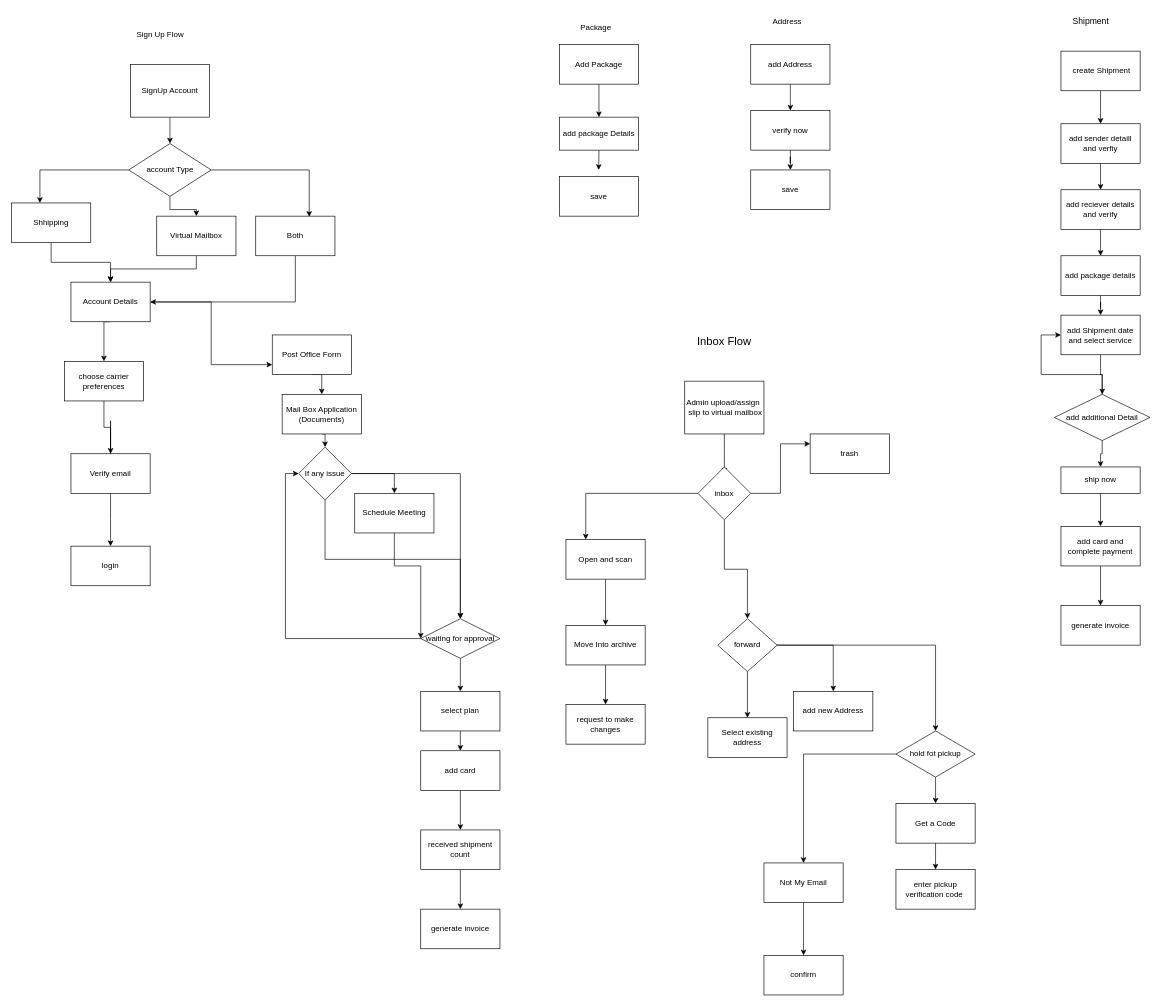
The draw.io diagram public/ship District.drawio in sharmag44/card-form, before the edit. Source tidied: cells renumbered, new cells numbered last; positions are measured from the earlier drawing's top-left corner, leaving out a move shared by most shapes. Both pictures are drawn from the tidied source at 66%, with x=0, y=0 at pixel (11, 11).
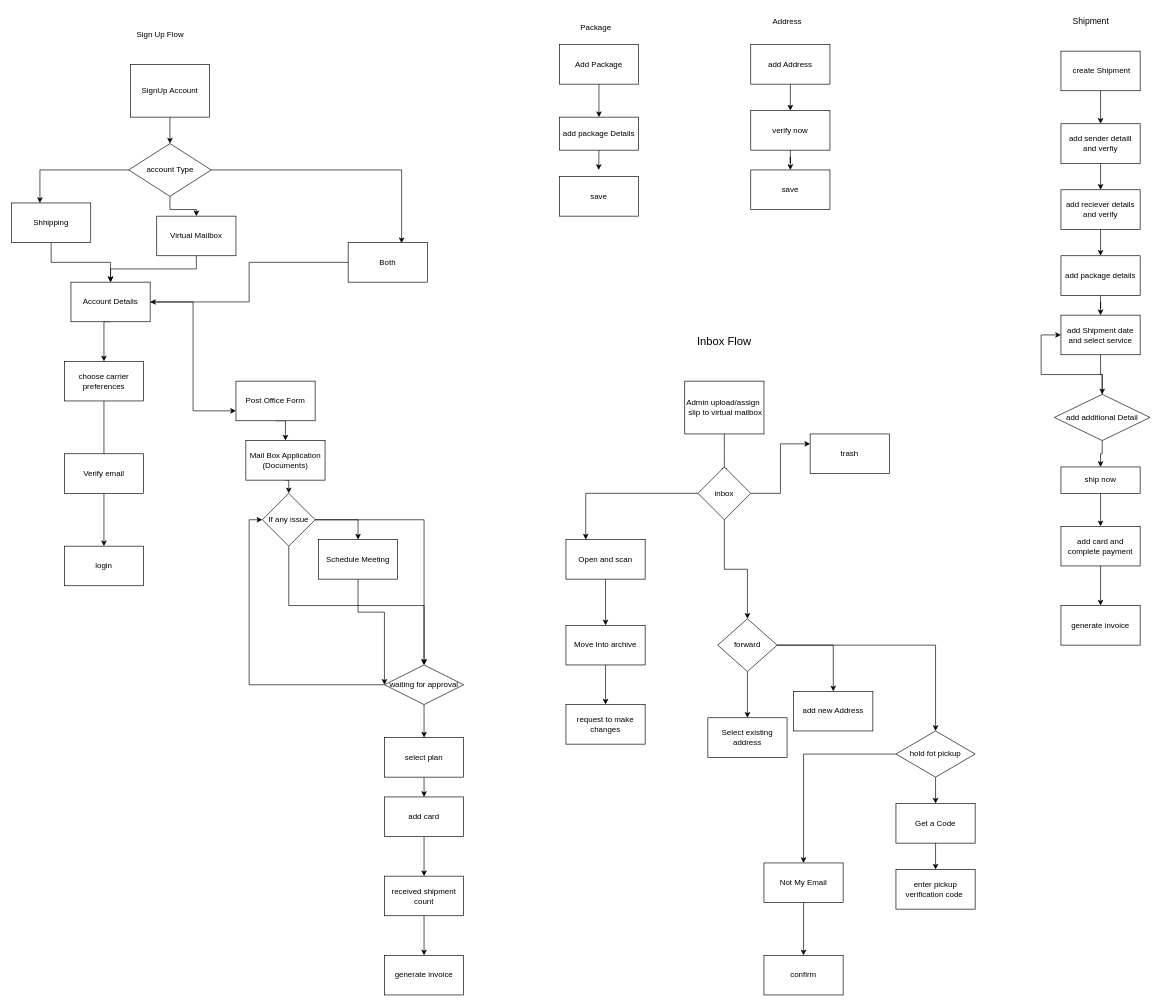
Above is the later version.

The change refers to these unchanged cells:
```xml
<mxCell id="16" value="Account Details" style="rounded=0;whiteSpace=wrap;html=1;" parent="1" vertex="1">
  <mxGeometry x="90" y="410" width="120" height="60" as="geometry" />
</mxCell>
```

The edit, as a diff of the source:
```diff
@@
-    <mxCell id="12" style="edgeStyle=orthogonalEdgeStyle;rounded=0;jettySize=auto;html=1;exitX=0.5;exitY=1;exitDx=0;exitDy=0;entryX=1;entryY=0.5;entryDx=0;entryDy=0;" parent="1" edge="1" source="13" target="16">
+    <mxCell id="12" style="edgeStyle=orthogonalEdgeStyle;rounded=0;jettySize=auto;html=1;" parent="1" edge="1" source="13" target="16">
       <mxGeometry relative="1" as="geometry" />
     </mxCell>
     <mxCell id="13" value="Both" style="rounded=0;whiteSpace=wrap;html=1;" parent="1" vertex="1">
-      <mxGeometry x="370" y="310" width="120" height="60" as="geometry" />
+      <mxGeometry x="510" y="350" width="120" height="60" as="geometry" />
     </mxCell>
@@
     <mxCell id="18" value="Post Office Form" style="rounded=0;whiteSpace=wrap;html=1;" parent="1" vertex="1">
-      <mxGeometry x="395" y="490" width="120" height="60" as="geometry" />
+      <mxGeometry x="340" y="560" width="120" height="60" as="geometry" />
     </mxCell>
@@
     <mxCell id="20" value="Mail Box Application&lt;br&gt;(Documents)" style="rounded=0;whiteSpace=wrap;html=1;" parent="1" vertex="1">
-      <mxGeometry x="410" y="580" width="120" height="60" as="geometry" />
+      <mxGeometry x="355" y="650" width="120" height="60" as="geometry" />
     </mxCell>
@@
     <mxCell id="24" value="If any issue" style="rhombus;whiteSpace=wrap;html=1;" parent="1" vertex="1">
-      <mxGeometry x="435" y="660" width="80" height="80" as="geometry" />
+      <mxGeometry x="380" y="730" width="80" height="80" as="geometry" />
     </mxCell>
     <mxCell id="25" style="edgeStyle=orthogonalEdgeStyle;rounded=0;jettySize=auto;html=1;exitX=0.5;exitY=1;exitDx=0;exitDy=0;" parent="1" edge="1" source="26" target="29">
       <mxGeometry relative="1" as="geometry">
         <Array as="points">
-          <mxPoint x="580" y="840" />
-          <mxPoint x="620" y="840" />
+          <mxPoint x="525" y="910" />
+          <mxPoint x="565" y="910" />
         </Array>
       </mxGeometry>
     </mxCell>
     <mxCell id="26" value="Schedule Meeting" style="rounded=0;whiteSpace=wrap;html=1;" parent="1" vertex="1">
-      <mxGeometry x="520" y="730" width="120" height="60" as="geometry" />
+      <mxGeometry x="465" y="800" width="120" height="60" as="geometry" />
     </mxCell>
@@
     <mxCell id="29" value="waiting for approval" style="rhombus;whiteSpace=wrap;html=1;" parent="1" vertex="1">
-      <mxGeometry x="620" y="920" width="120" height="60" as="geometry" />
+      <mxGeometry x="565" y="990" width="120" height="60" as="geometry" />
     </mxCell>
@@
     <mxCell id="31" value="select plan" style="rounded=0;whiteSpace=wrap;html=1;" parent="1" vertex="1">
-      <mxGeometry x="620" y="1030" width="120" height="60" as="geometry" />
+      <mxGeometry x="565" y="1100" width="120" height="60" as="geometry" />
     </mxCell>
@@
     <mxCell id="33" value="add card" style="rounded=0;whiteSpace=wrap;html=1;" parent="1" vertex="1">
-      <mxGeometry x="620" y="1120" width="120" height="60" as="geometry" />
+      <mxGeometry x="565" y="1190" width="120" height="60" as="geometry" />
     </mxCell>
@@
     <mxCell id="35" value="received shipment count" style="rounded=0;whiteSpace=wrap;html=1;" parent="1" vertex="1">
-      <mxGeometry x="620" y="1240" width="120" height="60" as="geometry" />
+      <mxGeometry x="565" y="1310" width="120" height="60" as="geometry" />
     </mxCell>
@@
     <mxCell id="54" value="generate invoice" style="rounded=0;whiteSpace=wrap;html=1;" parent="1" vertex="1">
-      <mxGeometry x="620" y="1360" width="120" height="60" as="geometry" />
+      <mxGeometry x="565" y="1430" width="120" height="60" as="geometry" />
     </mxCell>
@@
-    <mxCell id="71" style="edgeStyle=orthogonalEdgeStyle;rounded=0;jettySize=auto;html=1;startArrow=none;" parent="1" edge="1" source="101">
-      <mxGeometry x="-0.56" y="10" relative="1" as="geometry">
-        <mxPoint x="150" y="670" as="targetPoint" />
-        <Array as="points">
-          <mxPoint x="150" y="620" />
-          <mxPoint x="150" y="620" />
-        </Array>
-      </mxGeometry>
-    </mxCell>
@@
-    <mxCell id="99" style="edgeStyle=orthogonalEdgeStyle;rounded=0;jettySize=auto;html=1;" parent="1" edge="1" source="101">
-      <mxGeometry relative="1" as="geometry">
-        <mxPoint x="150" y="810" as="targetPoint" />
-      </mxGeometry>
-    </mxCell>
     <mxCell id="100" value="login" style="rounded=0;whiteSpace=wrap;html=1;" parent="1" vertex="1">
-      <mxGeometry x="90" y="810" width="120" height="60" as="geometry" />
+      <mxGeometry x="80" y="810" width="120" height="60" as="geometry" />
     </mxCell>
+    <mxCell id="103" style="edgeStyle=orthogonalEdgeStyle;rounded=0;jettySize=auto;html=1;" parent="1" edge="1" source="101" target="100">
+      <mxGeometry relative="1" as="geometry" />
+    </mxCell>
     <mxCell id="101" value="Verify email" style="rounded=0;whiteSpace=wrap;html=1;" parent="1" vertex="1">
-      <mxGeometry x="90" y="670" width="120" height="60" as="geometry" />
+      <mxGeometry x="80" y="670" width="120" height="60" as="geometry" />
     </mxCell>
```
